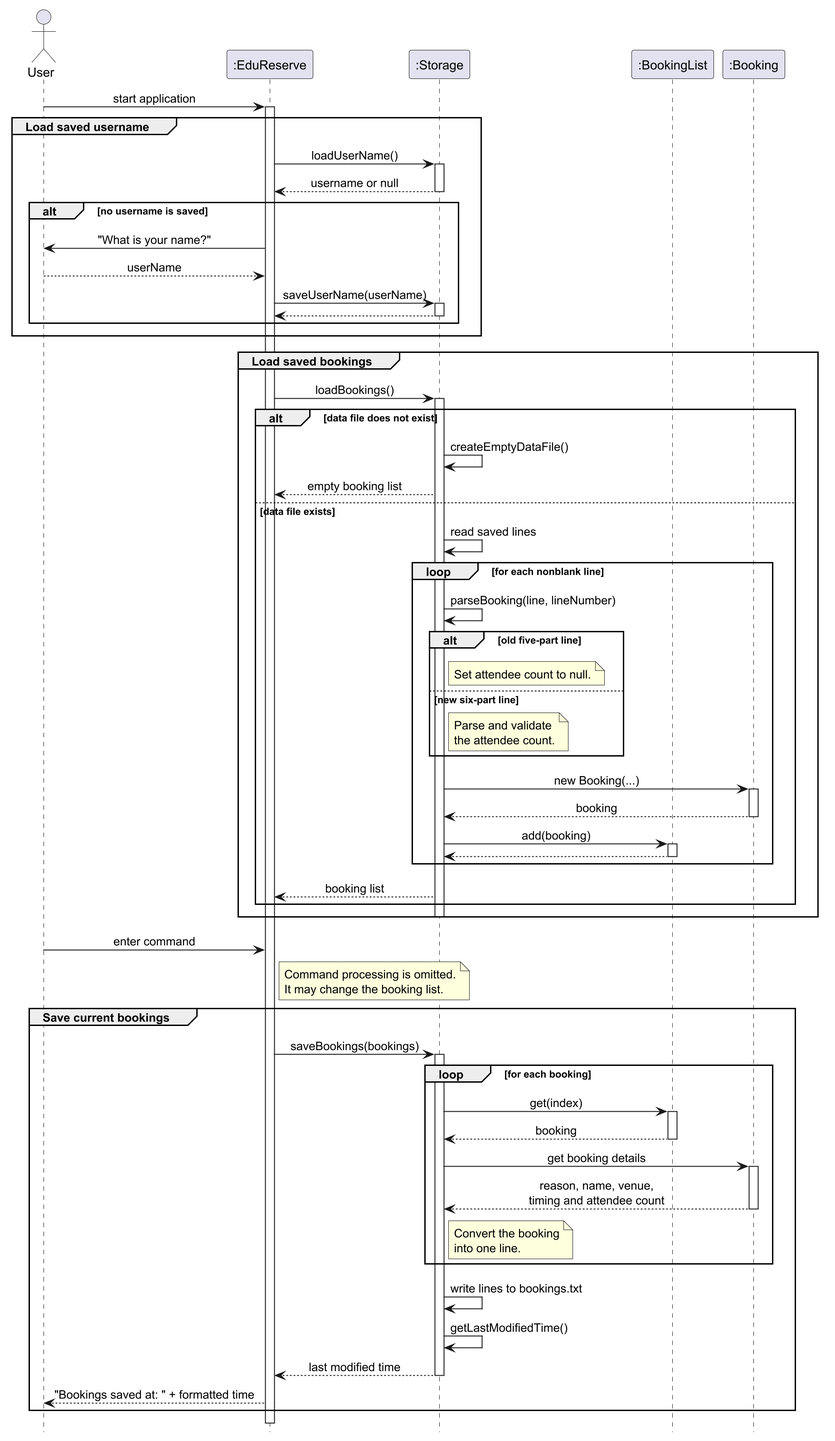
AY2627S1-CS2113-W14-2/tp keeps this PlantUML diagram as docs/UMLDiagrams/StorageSequenceDiagram.png. Above is the earlier version.
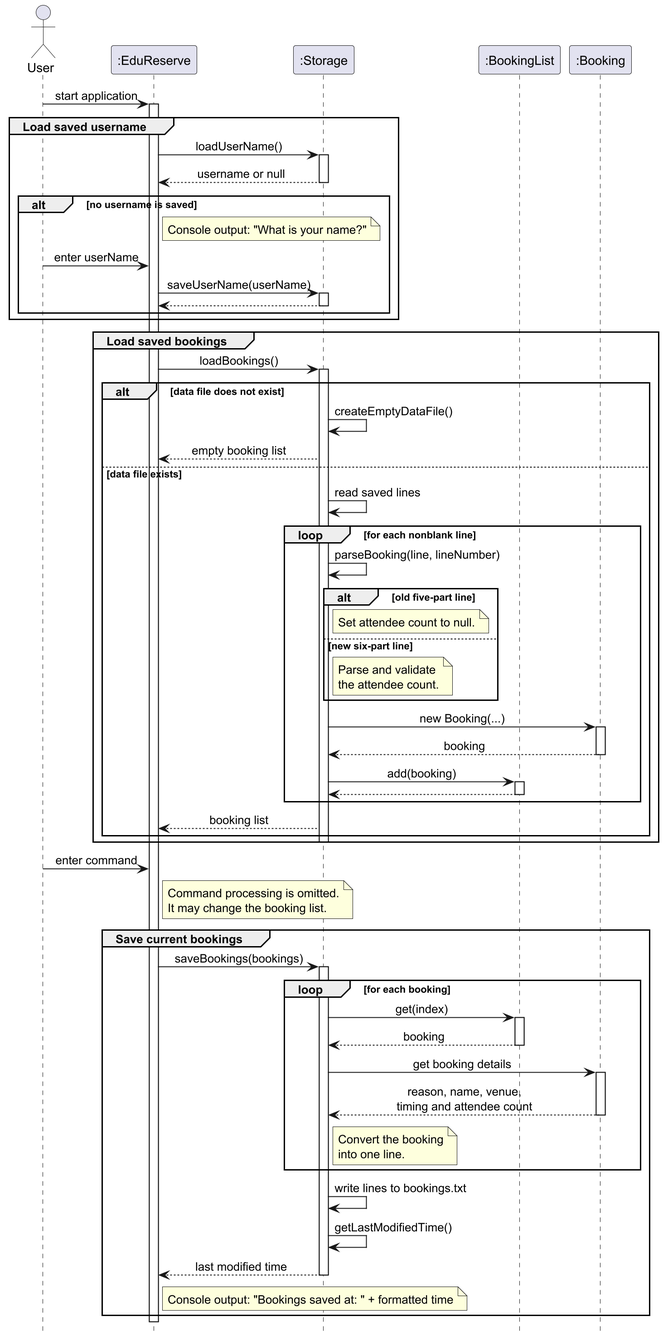
After the change.

Diff of the diagram source:
```diff
@@ -21,8 +21,8 @@
     deactivate Storage
 
     alt no username is saved
-        App -> User: "What is your name?"
-        User --> App: userName
+        note right of App: Console output: "What is your name?"
+        User -> App: enter userName
 
         App -> Storage: saveUserName(userName)
         activate Storage
@@ -104,7 +104,7 @@
     Storage --> App: last modified time
     deactivate Storage
 
-    App --> User: "Bookings saved at: " + formatted time
+    note right of App: Console output: "Bookings saved at: " + formatted time
 end
 
 deactivate App
```
